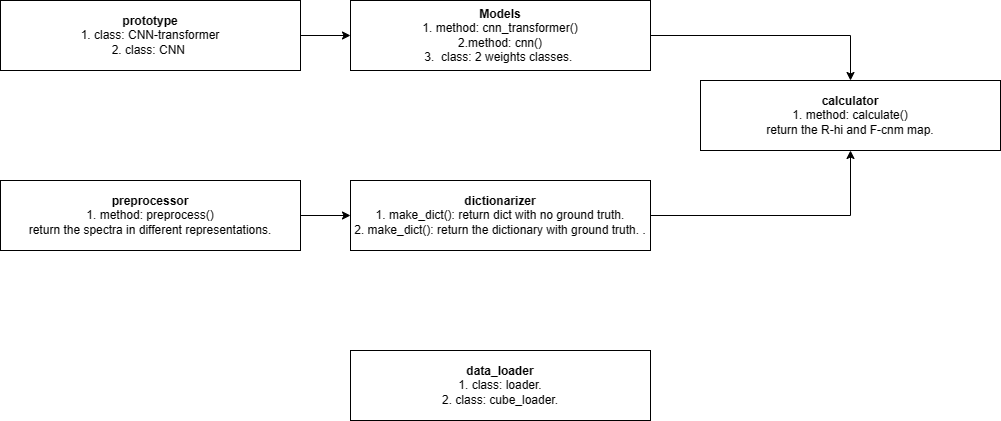
This is structure.png from HaiyangTa/tano_signal, a draw.io export, as it was before one commit. Source tidied: cells renumbered, new cells last; positions are measured from the earlier drawing's top-left corner, leaving out a move shared by most shapes.
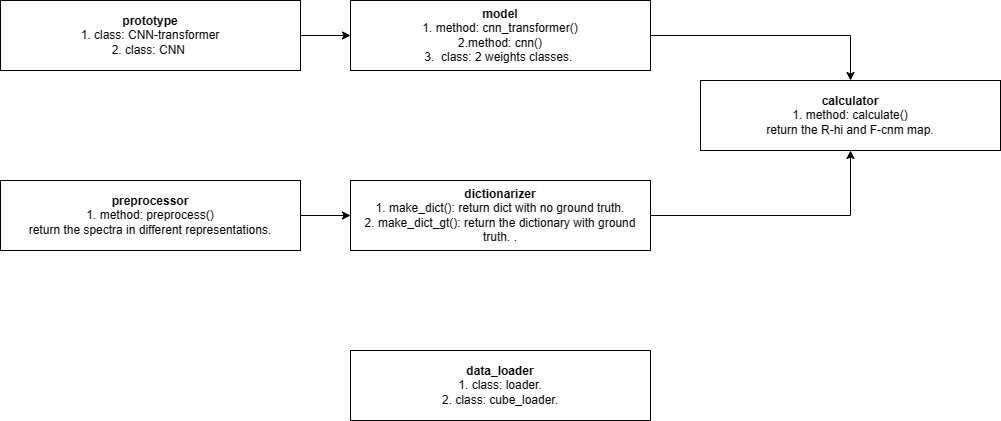
The same diagram one commit later.

Commit message:
fix structure graph errors

Diff of the diagram source:
```diff
@@ -11,7 +11,7 @@
     <mxCell id="4" style="edgeStyle=orthogonalEdgeStyle;rounded=0;jettySize=auto;html=1;exitX=1;exitY=0.5;exitDx=0;exitDy=0;entryX=0.5;entryY=0;entryDx=0;entryDy=0;" parent="1" edge="1" source="5" target="10">
       <mxGeometry relative="1" as="geometry" />
     </mxCell>
-    <mxCell id="5" value="&lt;b&gt;Models&lt;/b&gt;&lt;br&gt;1. method: cnn_transformer()&lt;br&gt;2.method: cnn()&lt;br&gt;3.&amp;nbsp; class: 2 weights classes.&amp;nbsp;" style="rounded=0;whiteSpace=wrap;html=1;" parent="1" vertex="1">
+    <mxCell id="5" value="&lt;b&gt;model&lt;/b&gt;&lt;br&gt;1. method: cnn_transformer()&lt;br&gt;2.method: cnn()&lt;br&gt;3.&amp;nbsp; class: 2 weights classes.&amp;nbsp;" style="rounded=0;whiteSpace=wrap;html=1;" parent="1" vertex="1">
       <mxGeometry x="350" width="300" height="70" as="geometry" />
     </mxCell>
     <mxCell id="6" style="edgeStyle=orthogonalEdgeStyle;rounded=0;jettySize=auto;html=1;exitX=1;exitY=0.5;exitDx=0;exitDy=0;entryX=0;entryY=0.5;entryDx=0;entryDy=0;" parent="1" edge="1" source="7" target="9">
@@ -23,7 +23,7 @@
     <mxCell id="8" style="edgeStyle=orthogonalEdgeStyle;rounded=0;jettySize=auto;html=1;exitX=1;exitY=0.5;exitDx=0;exitDy=0;entryX=0.5;entryY=1;entryDx=0;entryDy=0;" parent="1" edge="1" source="9" target="10">
       <mxGeometry relative="1" as="geometry" />
     </mxCell>
-    <mxCell id="9" value="&lt;b&gt;dictionarizer&lt;/b&gt;&lt;br&gt;1. make_dict(): return dict with no ground truth.&lt;br&gt;2. make_dict(): return the dictionary with ground truth. ." style="rounded=0;whiteSpace=wrap;html=1;" parent="1" vertex="1">
+    <mxCell id="9" value="&lt;b&gt;dictionarizer&lt;/b&gt;&lt;br&gt;1. make_dict(): return dict with no ground truth.&lt;br&gt;2. make_dict_gt(): return the dictionary with ground truth. ." style="rounded=0;whiteSpace=wrap;html=1;" parent="1" vertex="1">
       <mxGeometry x="350" y="180" width="300" height="70" as="geometry" />
     </mxCell>
     <mxCell id="10" value="&lt;b&gt;calculator&lt;/b&gt;&lt;br&gt;1. method: calculate()&lt;br&gt;return the R-hi and F-cnm map." style="rounded=0;whiteSpace=wrap;html=1;" parent="1" vertex="1">
```
